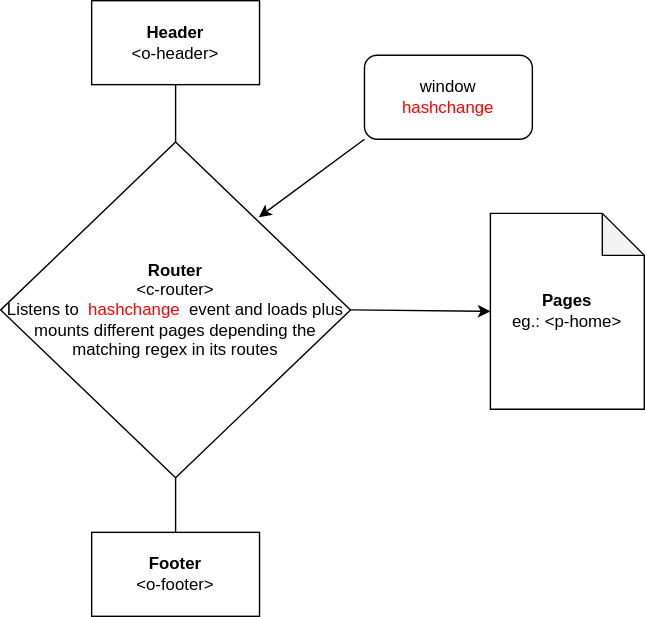
The draw.io diagram diagrams/Index.drawio.svg in gothinkster/realworld-starter-kit, before a commit. Source tidied: cells renumbered, new cells last; positions are measured from the earlier drawing's top-left corner, leaving out a move shared by most shapes.
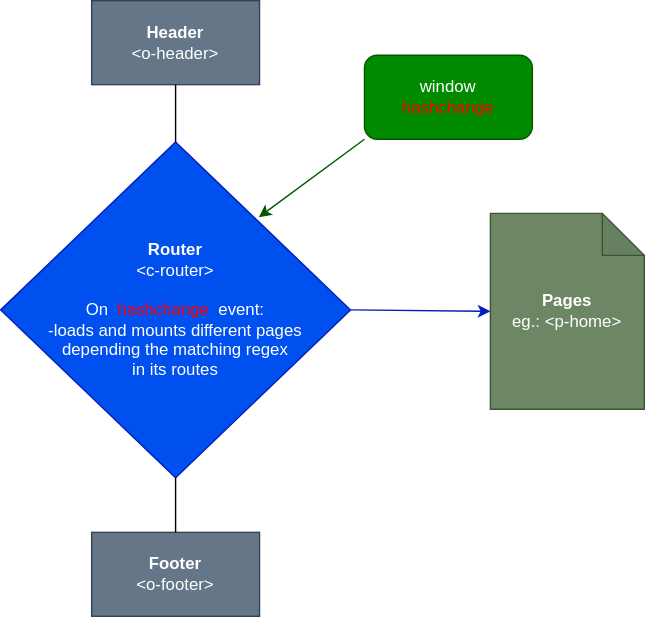
Later version of the same file.

Commit message:
home diagram

Diff of the diagram source:
```diff
@@ -2,16 +2,16 @@
   <root>
     <mxCell id="0" />
     <mxCell id="1" parent="0" />
-    <mxCell id="2" value="&lt;b&gt;Header&lt;/b&gt;&lt;br&gt;&amp;lt;o-header&amp;gt;" style="whiteSpace=wrap;html=1;" parent="1" vertex="1">
+    <mxCell id="2" value="&lt;b&gt;Header&lt;/b&gt;&lt;br&gt;&amp;lt;o-header&amp;gt;" style="whiteSpace=wrap;html=1;fillColor=#647687;strokeColor=#314354;fontColor=#ffffff;" parent="1" vertex="1">
       <mxGeometry x="65" width="120" height="60" as="geometry" />
     </mxCell>
-    <mxCell id="3" value="&lt;b&gt;Footer&lt;/b&gt;&lt;br&gt;&amp;lt;o-footer&amp;gt;" style="whiteSpace=wrap;html=1;" parent="1" vertex="1">
+    <mxCell id="3" value="&lt;b&gt;Footer&lt;/b&gt;&lt;br&gt;&amp;lt;o-footer&amp;gt;" style="whiteSpace=wrap;html=1;fillColor=#647687;strokeColor=#314354;fontColor=#ffffff;" parent="1" vertex="1">
       <mxGeometry x="65" y="380" width="120" height="60" as="geometry" />
     </mxCell>
-    <mxCell id="4" value="&lt;span&gt;&lt;b&gt;Router&lt;/b&gt;&lt;/span&gt;&lt;br&gt;&lt;span&gt;&amp;lt;c-router&amp;gt;&lt;/span&gt;&lt;br&gt;&lt;span&gt;Listens to&amp;nbsp;&lt;/span&gt;&lt;font color=&quot;#ff0000&quot;&gt;hashchange&lt;/font&gt;&lt;span&gt;&amp;nbsp;event and loads plus mounts different pages depending the matching regex in its routes&lt;/span&gt;" style="rhombus;whiteSpace=wrap;html=1;" parent="1" vertex="1">
+    <mxCell id="4" value="&lt;span&gt;&lt;b&gt;Router&lt;/b&gt;&lt;/span&gt;&lt;br&gt;&lt;span&gt;&amp;lt;c-router&amp;gt;&lt;br&gt;&lt;/span&gt;&lt;br&gt;&lt;span&gt;On&amp;nbsp;&lt;/span&gt;&lt;font color=&quot;#ff0000&quot;&gt;hashchange&lt;/font&gt;&lt;span&gt;&amp;nbsp;event:&lt;br&gt;-loads and mounts different pages&lt;br&gt;depending the matching regex&lt;br&gt;in its routes&lt;/span&gt;" style="rhombus;whiteSpace=wrap;html=1;fillColor=#0050ef;strokeColor=#001DBC;fontColor=#ffffff;" parent="1" vertex="1">
       <mxGeometry y="101" width="250" height="240" as="geometry" />
     </mxCell>
-    <mxCell id="5" value="&lt;span&gt;&lt;b&gt;Pages&lt;/b&gt;&lt;/span&gt;&lt;br&gt;&lt;span&gt;eg.: &amp;lt;p-home&amp;gt;&lt;/span&gt;" style="shape=note;whiteSpace=wrap;html=1;backgroundOutline=1;darkOpacity=0.05;" parent="1" vertex="1">
+    <mxCell id="5" value="&lt;span&gt;&lt;b&gt;Pages&lt;/b&gt;&lt;/span&gt;&lt;br&gt;&lt;span&gt;eg.: &amp;lt;p-home&amp;gt;&lt;/span&gt;" style="shape=note;whiteSpace=wrap;html=1;backgroundOutline=1;darkOpacity=0.05;fillColor=#6d8764;strokeColor=#3A5431;fontColor=#ffffff;" parent="1" vertex="1">
       <mxGeometry x="350" y="152" width="110" height="140" as="geometry" />
     </mxCell>
     <mxCell id="6" style="endArrow=none;html=1;exitX=0.5;exitY=0;exitDx=0;exitDy=0;entryX=0.5;entryY=1;entryDx=0;entryDy=0;" parent="1" edge="1" source="3" target="4">
@@ -20,13 +20,13 @@
     <mxCell id="7" style="endArrow=none;html=1;exitX=0.5;exitY=0;exitDx=0;exitDy=0;" parent="1" edge="1" source="4" target="2">
       <mxGeometry relative="1" as="geometry" />
     </mxCell>
-    <mxCell id="8" style="endArrow=classic;html=1;exitX=1;exitY=0.5;exitDx=0;exitDy=0;entryX=0;entryY=0.5;entryDx=0;entryDy=0;entryPerimeter=0;" parent="1" edge="1" source="4" target="5">
+    <mxCell id="8" style="endArrow=classic;html=1;exitX=1;exitY=0.5;exitDx=0;exitDy=0;entryX=0;entryY=0.5;entryDx=0;entryDy=0;entryPerimeter=0;fillColor=#0050ef;strokeColor=#001DBC;" parent="1" edge="1" source="4" target="5">
       <mxGeometry relative="1" as="geometry" />
     </mxCell>
-    <mxCell id="9" value="window&lt;br&gt;&lt;span style=&quot;color: rgb(255 , 0 , 0)&quot;&gt;hashchange&lt;/span&gt;" style="rounded=1;whiteSpace=wrap;html=1;" parent="1" vertex="1">
+    <mxCell id="9" value="window&lt;br&gt;&lt;span style=&quot;color: rgb(255 , 0 , 0)&quot;&gt;hashchange&lt;/span&gt;" style="rounded=1;whiteSpace=wrap;html=1;fillColor=#008a00;strokeColor=#005700;fontColor=#ffffff;" parent="1" vertex="1">
       <mxGeometry x="260" y="39" width="120" height="60" as="geometry" />
     </mxCell>
-    <mxCell id="10" style="endArrow=classic;html=1;entryX=0.738;entryY=0.224;entryDx=0;entryDy=0;entryPerimeter=0;exitX=0;exitY=1;exitDx=0;exitDy=0;" parent="1" edge="1" source="9" target="4">
+    <mxCell id="10" style="endArrow=classic;html=1;entryX=0.738;entryY=0.224;entryDx=0;entryDy=0;entryPerimeter=0;exitX=0;exitY=1;exitDx=0;exitDy=0;fillColor=#008a00;strokeColor=#005700;" parent="1" edge="1" source="9" target="4">
       <mxGeometry relative="1" as="geometry" />
     </mxCell>
   </root>
```
